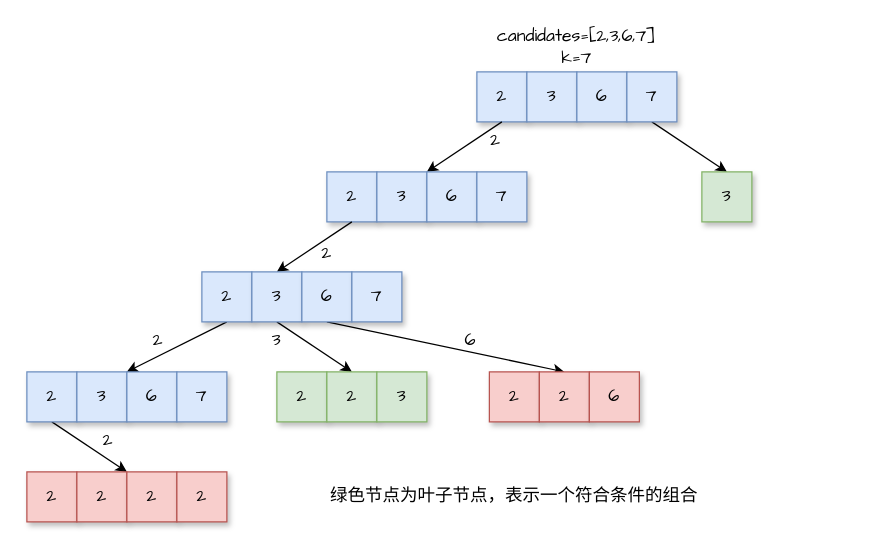
goldknife6/algorithm keeps this draw.io diagram as draw.io/组合总和.drawio. Above is the earlier version. Source tidied: cells renumbered, new cells numbered last; positions are measured from the earlier drawing's top-left corner, leaving out a move shared by most shapes. Both pictures are drawn from the tidied source at 125%, with x=0, y=0 at pixel (26, 21).
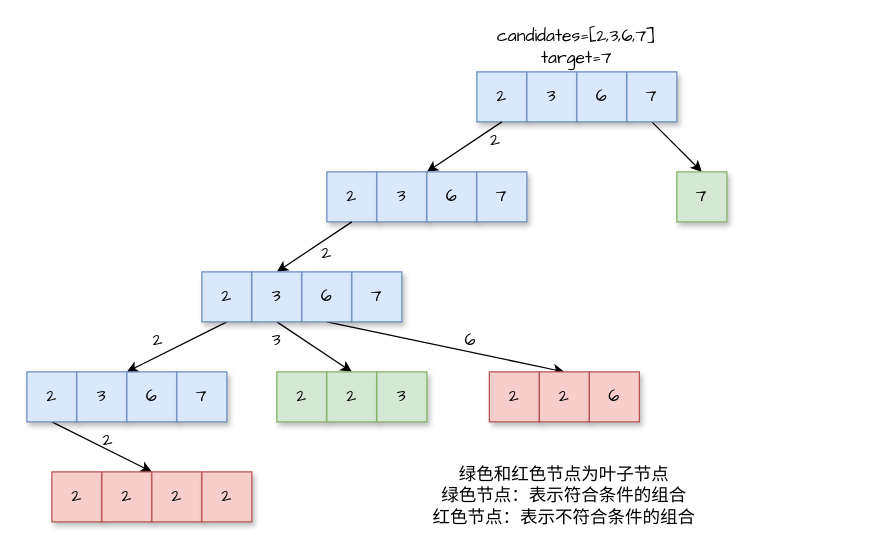
The same diagram, later.

Commit message (it also covers changes not shown here):
更新组合总和.drawio

Diff of the diagram source:
```diff
@@
-    <mxCell id="2" value="绿色节点为叶子节点，表示一个符合条件的组合" style="text;html=1;strokeColor=none;fillColor=none;align=center;verticalAlign=middle;whiteSpace=wrap;rounded=0;shadow=1;fontFamily=Comic Sans MS;fontSize=14;opacity=50;" parent="1" vertex="1">
-      <mxGeometry x="120" y="360" width="540" height="40" as="geometry" />
+    <mxCell id="2" value="绿色和红色节点为叶子节点&lt;br&gt;绿色节点：表示符合条件的组合&lt;br&gt;红色节点：表示不符合条件的组合" style="text;html=1;strokeColor=none;fillColor=none;align=center;verticalAlign=middle;whiteSpace=wrap;rounded=0;shadow=1;fontFamily=Comic Sans MS;fontSize=14;opacity=50;" parent="1" vertex="1">
+      <mxGeometry x="200" y="355" width="460" height="50" as="geometry" />
     </mxCell>
-    <mxCell id="3" value="candidates=[2,3,6,7]&lt;br&gt;k=7" style="text;html=1;strokeColor=none;fillColor=none;align=center;verticalAlign=middle;whiteSpace=wrap;rounded=0;shadow=0;dashed=1;fontFamily=Comic Sans MS;fontSize=14;opacity=50;" parent="1" vertex="1">
+    <mxCell id="3" value="candidates=[2,3,6,7]&lt;br&gt;target=7" style="text;html=1;strokeColor=none;fillColor=none;align=center;verticalAlign=middle;whiteSpace=wrap;rounded=0;shadow=0;dashed=1;fontFamily=Comic Sans MS;fontSize=14;opacity=50;" parent="1" vertex="1">
       <mxGeometry x="360" width="160" height="40" as="geometry" />
     </mxCell>
@@
-    <mxCell id="28" value="&lt;font style=&quot;font-size: 14px&quot; face=&quot;Comic Sans MS&quot;&gt;3&lt;/font&gt;" style="rounded=0;whiteSpace=wrap;html=1;fillColor=#d5e8d4;strokeColor=#82b366;shadow=1;" parent="1" vertex="1">
-      <mxGeometry x="540" y="120" width="40" height="40" as="geometry" />
+    <mxCell id="28" value="&lt;font style=&quot;font-size: 14px&quot; face=&quot;Comic Sans MS&quot;&gt;7&lt;/font&gt;" style="rounded=0;whiteSpace=wrap;html=1;fillColor=#d5e8d4;strokeColor=#82b366;shadow=1;" parent="1" vertex="1">
+      <mxGeometry x="520" y="120" width="40" height="40" as="geometry" />
     </mxCell>
@@
     <mxCell id="38" value="&lt;font style=&quot;font-size: 14px&quot; face=&quot;Comic Sans MS&quot;&gt;2&lt;/font&gt;" style="rounded=0;whiteSpace=wrap;html=1;fillColor=#f8cecc;strokeColor=#b85450;shadow=1;" parent="1" vertex="1">
-      <mxGeometry y="360" width="40" height="40" as="geometry" />
+      <mxGeometry x="20" y="360" width="40" height="40" as="geometry" />
     </mxCell>
     <mxCell id="39" value="&lt;font style=&quot;font-size: 14px&quot; face=&quot;Comic Sans MS&quot;&gt;2&lt;/font&gt;" style="rounded=0;whiteSpace=wrap;html=1;fillColor=#f8cecc;strokeColor=#b85450;shadow=1;" parent="1" vertex="1">
-      <mxGeometry x="40" y="360" width="40" height="40" as="geometry" />
+      <mxGeometry x="60" y="360" width="40" height="40" as="geometry" />
     </mxCell>
     <mxCell id="40" value="&lt;font style=&quot;font-size: 14px&quot; face=&quot;Comic Sans MS&quot;&gt;2&lt;/font&gt;" style="rounded=0;whiteSpace=wrap;html=1;fillColor=#f8cecc;strokeColor=#b85450;shadow=1;" parent="1" vertex="1">
-      <mxGeometry x="80" y="360" width="40" height="40" as="geometry" />
+      <mxGeometry x="100" y="360" width="40" height="40" as="geometry" />
     </mxCell>
     <mxCell id="41" value="&lt;font style=&quot;font-size: 14px&quot; face=&quot;Comic Sans MS&quot;&gt;2&lt;/font&gt;" style="rounded=0;whiteSpace=wrap;html=1;fillColor=#f8cecc;strokeColor=#b85450;shadow=1;" parent="1" vertex="1">
-      <mxGeometry x="120" y="360" width="40" height="40" as="geometry" />
+      <mxGeometry x="140" y="360" width="40" height="40" as="geometry" />
     </mxCell>
```
